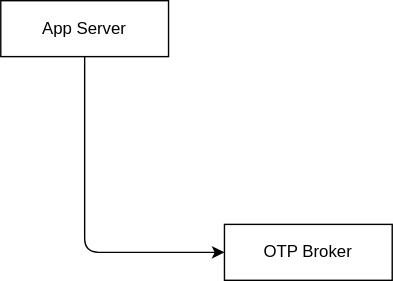
Before: resource/www/lib.assets/images/topology-1.svg, a diagram exported from draw.io (kamshory/OTP-Pi). Source tidied: cells renumbered, new cells last; positions are measured from the earlier drawing's top-left corner, leaving out a move shared by most shapes.
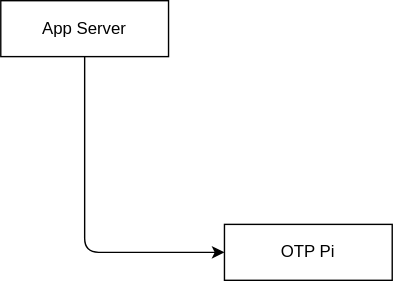
Above is the later version.

What changed in the source:
```diff
@@ -2,7 +2,7 @@
   <root>
     <mxCell id="0" />
     <mxCell id="1" parent="0" />
-    <mxCell id="2" value="OTP Broker" style="rounded=0;whiteSpace=wrap;html=1;" parent="1" vertex="1">
+    <mxCell id="2" value="OTP Pi" style="rounded=0;whiteSpace=wrap;html=1;" parent="1" vertex="1">
       <mxGeometry x="160" y="160" width="120" height="40" as="geometry" />
     </mxCell>
     <mxCell id="3" value="App Server" style="rounded=0;whiteSpace=wrap;html=1;" parent="1" vertex="1">
```
